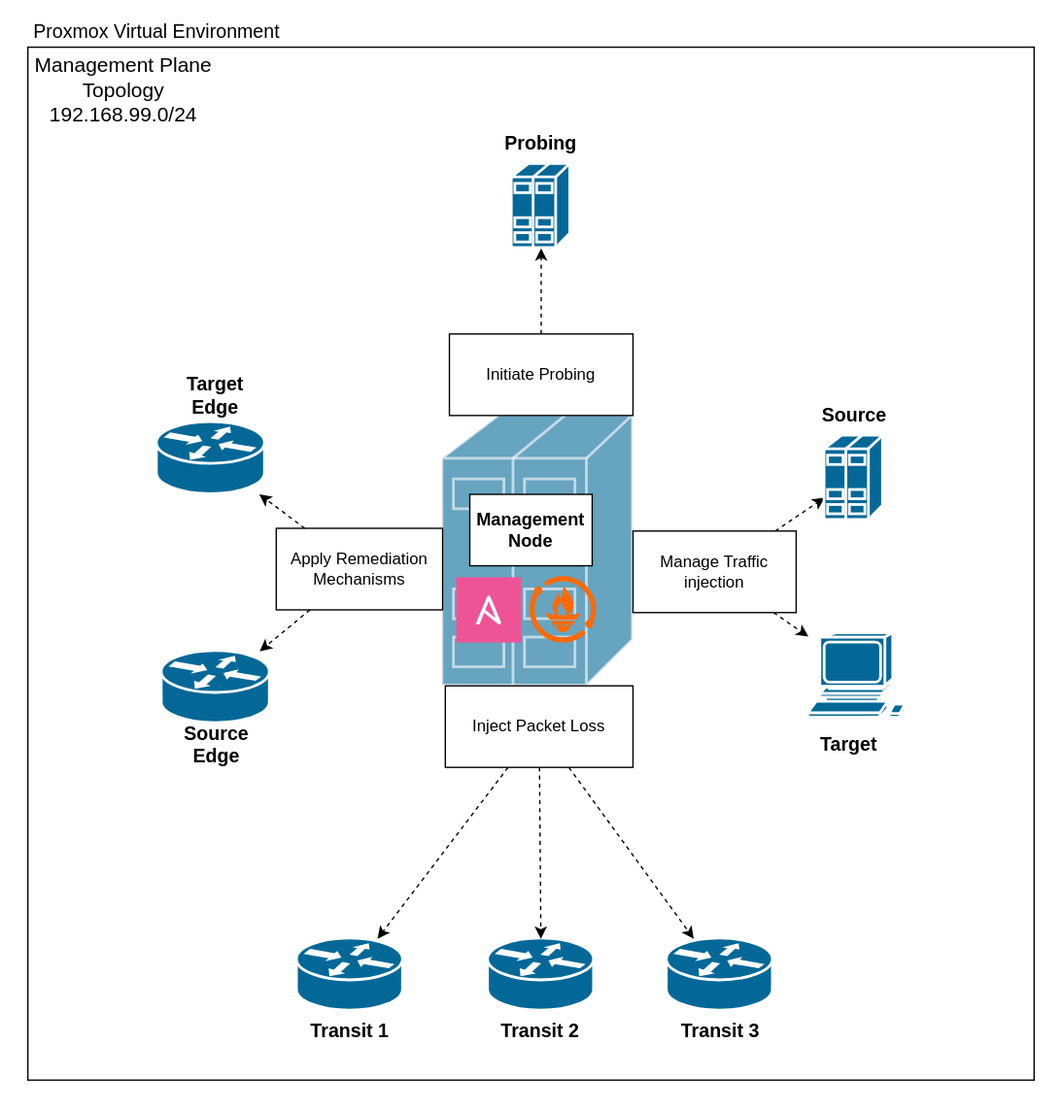
Above: architecture/management_plane.svg in SchneiderValentin/self-healing-network (draw.io), before the change. Source tidied: cells renumbered, new cells last; positions are measured from the earlier drawing's top-left corner, leaving out a move shared by most shapes.
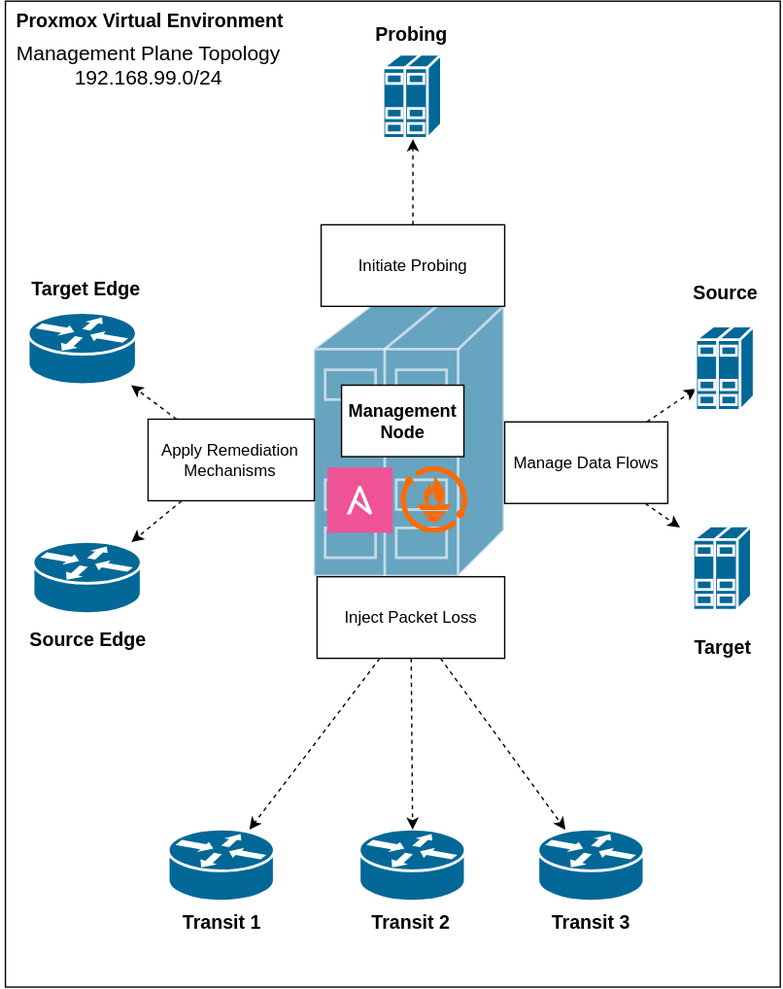
The same file after the commit.

The edit, as a diff of the source:
```diff
@@ -2,56 +2,47 @@
   <root>
     <mxCell id="0" />
     <mxCell id="1" parent="0" />
-    <mxCell id="2" style="rounded=0;whiteSpace=wrap;html=1;opacity=0;" parent="1" vertex="1">
-      <mxGeometry width="780" height="816" as="geometry" />
-    </mxCell>
-    <mxCell id="3" style="strokeColor=#ffffff;sketch=0;html=1;dashed=0;fillColor=#036897;strokeWidth=2;verticalLabelPosition=bottom;verticalAlign=top;align=center;outlineConnect=0;shape=mxgraph.cisco.routers.router;" parent="1" vertex="1">
-      <mxGeometry x="490" y="690" width="78" height="53" as="geometry" />
-    </mxCell>
-    <mxCell id="4" style="strokeColor=#ffffff;sketch=0;html=1;dashed=0;fillColor=#036897;strokeWidth=2;verticalLabelPosition=bottom;verticalAlign=top;align=center;outlineConnect=0;shape=mxgraph.cisco.routers.router;" parent="1" vertex="1">
-      <mxGeometry x="358.5" y="690" width="78" height="53" as="geometry" />
-    </mxCell>
-    <mxCell id="5" style="strokeColor=#ffffff;sketch=0;html=1;dashed=0;fillColor=#036897;strokeWidth=2;verticalLabelPosition=bottom;verticalAlign=top;align=center;outlineConnect=0;shape=mxgraph.cisco.routers.router;" parent="1" vertex="1">
-      <mxGeometry x="218" y="690" width="78" height="53" as="geometry" />
-    </mxCell>
-    <mxCell id="6" style="endArrow=classic;html=1;rounded=0;dashed=1;" parent="1" edge="1" source="19" target="3">
-      <mxGeometry relative="1" as="geometry" />
-    </mxCell>
-    <mxCell id="7" style="endArrow=classic;html=1;rounded=0;dashed=1;" parent="1" edge="1" source="19" target="4">
-      <mxGeometry relative="1" as="geometry" />
-    </mxCell>
-    <mxCell id="8" style="endArrow=classic;html=1;rounded=0;dashed=1;" parent="1" edge="1" source="19" target="5">
-      <mxGeometry relative="1" as="geometry" />
-    </mxCell>
+    <mxCell id="41" style="strokeColor=#ffffff;sketch=0;html=1;dashed=0;fillColor=#036897;strokeWidth=2;verticalLabelPosition=bottom;verticalAlign=top;align=center;outlineConnect=0;shape=mxgraph.cisco.routers.router;" parent="1" vertex="1">
+      <mxGeometry x="490" y="690" width="78" height="53" as="geometry" />
+    </mxCell>
+    <mxCell id="42" style="strokeColor=#ffffff;sketch=0;html=1;dashed=0;fillColor=#036897;strokeWidth=2;verticalLabelPosition=bottom;verticalAlign=top;align=center;outlineConnect=0;shape=mxgraph.cisco.routers.router;" parent="1" vertex="1">
+      <mxGeometry x="358.5" y="690" width="78" height="53" as="geometry" />
+    </mxCell>
+    <mxCell id="43" style="strokeColor=#ffffff;sketch=0;html=1;dashed=0;fillColor=#036897;strokeWidth=2;verticalLabelPosition=bottom;verticalAlign=top;align=center;outlineConnect=0;shape=mxgraph.cisco.routers.router;" parent="1" vertex="1">
+      <mxGeometry x="218" y="690" width="78" height="53" as="geometry" />
+    </mxCell>
+    <mxCell id="44" style="endArrow=classic;html=1;rounded=0;dashed=1;" parent="1" edge="1" source="19" target="41">
+      <mxGeometry relative="1" as="geometry" />
+    </mxCell>
+    <mxCell id="45" style="endArrow=classic;html=1;rounded=0;dashed=1;" parent="1" edge="1" source="19" target="42">
+      <mxGeometry relative="1" as="geometry" />
+    </mxCell>
+    <mxCell id="46" style="endArrow=classic;html=1;rounded=0;dashed=1;" parent="1" edge="1" source="19" target="43">
+      <mxGeometry relative="1" as="geometry" />
+    </mxCell>
     <mxCell id="9" value="Transit 1" style="text;html=1;whiteSpace=wrap;strokeColor=none;fillColor=none;align=center;verticalAlign=middle;rounded=0;fontSize=14;fontStyle=1;" parent="1" vertex="1">
       <mxGeometry x="222" y="743" width="70" height="30" as="geometry" />
     </mxCell>
     <mxCell id="10" value="Transit 3" style="text;html=1;whiteSpace=wrap;strokeColor=none;fillColor=none;align=center;verticalAlign=middle;rounded=0;fontSize=14;fontStyle=1;" parent="1" vertex="1">
       <mxGeometry x="496.8" y="743" width="64.5" height="30" as="geometry" />
     </mxCell>
-    <mxCell id="11" value="&lt;font style=&quot;font-size: 14px;&quot;&gt;Proxmox Virtual Environment&lt;/font&gt;" style="text;html=1;whiteSpace=wrap;strokeColor=none;fillColor=none;align=center;verticalAlign=middle;rounded=0;" parent="1" vertex="1">
-      <mxGeometry x="20" y="8" width="190" height="30" as="geometry" />
-    </mxCell>
-    <mxCell id="12" value="&lt;div&gt;&lt;font style=&quot;font-size: 15px;&quot;&gt;&lt;span&gt;Management Plane Topology&lt;/span&gt;&lt;/font&gt;&lt;/div&gt;&lt;div&gt;&lt;font style=&quot;font-size: 15px;&quot;&gt;&lt;span&gt;192.168.99.0/24&lt;/span&gt;&lt;/font&gt;&lt;/div&gt;" style="text;html=1;whiteSpace=wrap;strokeColor=none;fillColor=none;align=center;verticalAlign=middle;rounded=0;fontSize=14;" parent="1" vertex="1">
-      <mxGeometry x="15" y="50" width="151" height="30" as="geometry" />
-    </mxCell>
-    <mxCell id="13" style="rounded=0;whiteSpace=wrap;html=1;fillColor=none;" parent="1" vertex="1">
-      <mxGeometry x="20" y="34" width="740" height="760" as="geometry" />
-    </mxCell>
-    <mxCell id="14" style="strokeColor=#ffffff;sketch=0;html=1;dashed=0;fillColor=#036897;strokeWidth=2;verticalLabelPosition=bottom;verticalAlign=top;align=center;shape=mxgraph.cisco.servers.standard_host;labelBackgroundColor=none;opacity=60;" parent="1" vertex="1">
-      <mxGeometry x="325" y="305" width="140" height="198.9" as="geometry" />
-    </mxCell>
-    <mxCell id="15" style="shape=rect;fillColor=#EE5396;labelPosition=center;verticalLabelPosition=bottom;align=center;verticalAlign=top;strokeColor=none;fontSize=14;fontStyle=1;" parent="1" vertex="1">
-      <mxGeometry x="335" y="424" width="48" height="48" as="geometry" />
-    </mxCell>
-    <mxCell id="16" style="fillColor=#ffffff;strokeColor=none;dashed=0;html=1;labelPosition=center;verticalLabelPosition=bottom;verticalAlign=top;shape=mxgraph.ibm_cloud.logo--ansible-community;" parent="15" vertex="1">
-      <mxGeometry width="24" height="24" relative="1" as="geometry">
-        <mxPoint x="12" y="12" as="offset" />
-      </mxGeometry>
-    </mxCell>
-    <mxCell id="17" style="html=1;align=center;shadow=0;dashed=0;fillColor=#FF6A00;strokeColor=none;shape=mxgraph.alibaba_cloud.prometheus;" parent="1" vertex="1">
-      <mxGeometry x="389" y="423.1" width="48.9" height="48.9" as="geometry" />
-    </mxCell>
+    <mxCell id="47" style="rounded=0;whiteSpace=wrap;html=1;fillColor=none;" parent="1" vertex="1">
+      <mxGeometry x="97.8" y="80.5" width="570" height="725.2" as="geometry" />
+    </mxCell>
+    <mxCell id="48" style="strokeColor=#ffffff;sketch=0;html=1;dashed=0;fillColor=#036897;strokeWidth=2;verticalLabelPosition=bottom;verticalAlign=top;align=center;shape=mxgraph.cisco.servers.standard_host;labelBackgroundColor=none;opacity=60;" parent="1" vertex="1">
+      <mxGeometry x="325" y="305" width="140" height="198.9" as="geometry" />
+    </mxCell>
+    <mxCell id="49" style="shape=rect;fillColor=#EE5396;labelPosition=center;verticalLabelPosition=bottom;align=center;verticalAlign=top;strokeColor=none;fontSize=14;fontStyle=1;" parent="1" vertex="1">
+      <mxGeometry x="335" y="424" width="48" height="48" as="geometry" />
+    </mxCell>
+    <mxCell id="50" style="fillColor=#ffffff;strokeColor=none;dashed=0;html=1;labelPosition=center;verticalLabelPosition=bottom;verticalAlign=top;shape=mxgraph.ibm_cloud.logo--ansible-community;" parent="49" vertex="1">
+      <mxGeometry width="24" height="24" relative="1" as="geometry">
+        <mxPoint x="12" y="12" as="offset" />
+      </mxGeometry>
+    </mxCell>
+    <mxCell id="51" style="html=1;align=center;shadow=0;dashed=0;fillColor=#FF6A00;strokeColor=none;shape=mxgraph.alibaba_cloud.prometheus;" parent="1" vertex="1">
+      <mxGeometry x="389" y="423.1" width="48.9" height="48.9" as="geometry" />
+    </mxCell>
     <mxCell id="18" value="Transit 2" style="text;html=1;whiteSpace=wrap;strokeColor=none;fillColor=none;align=center;verticalAlign=middle;rounded=0;fontSize=14;fontStyle=1;" parent="1" vertex="1">
       <mxGeometry x="361.8" y="743" width="70" height="30" as="geometry" />
     </mxCell>
@@ -61,65 +52,67 @@
     <mxCell id="20" value="Initiate Probing" style="rounded=0;whiteSpace=wrap;html=1;" parent="1" vertex="1">
       <mxGeometry x="330" y="245" width="135" height="60" as="geometry" />
     </mxCell>
-    <mxCell id="21" style="strokeColor=#ffffff;sketch=0;html=1;dashed=0;fillColor=#036897;strokeWidth=2;verticalLabelPosition=bottom;verticalAlign=top;align=center;outlineConnect=0;shape=mxgraph.cisco.servers.standard_host;" parent="1" vertex="1">
-      <mxGeometry x="376" y="120" width="43" height="62" as="geometry" />
-    </mxCell>
-    <mxCell id="22" style="endArrow=classic;html=1;rounded=0;dashed=1;" parent="1" edge="1" source="20" target="21">
-      <mxGeometry relative="1" as="geometry" />
-    </mxCell>
+    <mxCell id="52" style="strokeColor=#ffffff;sketch=0;html=1;dashed=0;fillColor=#036897;strokeWidth=2;verticalLabelPosition=bottom;verticalAlign=top;align=center;outlineConnect=0;shape=mxgraph.cisco.servers.standard_host;" parent="1" vertex="1">
+      <mxGeometry x="376" y="120" width="43" height="62" as="geometry" />
+    </mxCell>
+    <mxCell id="53" style="endArrow=classic;html=1;rounded=0;dashed=1;" parent="1" edge="1" source="20" target="52">
+      <mxGeometry relative="1" as="geometry" />
+    </mxCell>
     <mxCell id="23" value="Probing" style="text;html=1;whiteSpace=wrap;strokeColor=none;fillColor=none;align=center;verticalAlign=middle;rounded=0;fontSize=14;fontStyle=1;" parent="1" vertex="1">
       <mxGeometry x="343.5" y="90" width="106.5" height="30" as="geometry" />
     </mxCell>
     <mxCell id="24" value="&lt;font style=&quot;font-size: 13px;&quot;&gt;&lt;b&gt;Management Node&lt;/b&gt;&lt;/font&gt;" style="rounded=0;whiteSpace=wrap;html=1;" parent="1" vertex="1">
       <mxGeometry x="345" y="363" width="90" height="52.5" as="geometry" />
     </mxCell>
-    <mxCell id="25" style="fillColor=#ffffff;strokeColor=none;dashed=0;html=1;labelPosition=center;verticalLabelPosition=bottom;verticalAlign=top;shape=mxgraph.ibm_cloud.logo--ansible-community;fontColor=default;" parent="1" vertex="1">
-      <mxGeometry x="202" y="172" width="24" height="24" as="geometry" />
-    </mxCell>
-    <mxCell id="26" style="fillColor=#ffffff;strokeColor=none;dashed=0;html=1;labelPosition=center;verticalLabelPosition=bottom;verticalAlign=top;shape=mxgraph.ibm_cloud.logo--ansible-community;fontColor=default;" parent="1" vertex="1">
-      <mxGeometry x="261" y="155" width="24" height="24" as="geometry" />
-    </mxCell>
-    <mxCell id="27" style="strokeColor=#ffffff;sketch=0;html=1;dashed=0;fillColor=#036897;strokeWidth=2;verticalLabelPosition=bottom;verticalAlign=top;align=center;outlineConnect=0;shape=mxgraph.cisco.routers.router;" parent="1" vertex="1">
-      <mxGeometry x="115" y="310" width="79.5" height="53" as="geometry" />
-    </mxCell>
-    <mxCell id="28" style="endArrow=classic;html=1;rounded=0;dashed=1;" parent="1" edge="1" source="32" target="27">
-      <mxGeometry relative="1" as="geometry" />
-    </mxCell>
+    <mxCell id="54" style="strokeColor=#ffffff;sketch=0;html=1;dashed=0;fillColor=#036897;strokeWidth=2;verticalLabelPosition=bottom;verticalAlign=top;align=center;outlineConnect=0;shape=mxgraph.cisco.routers.router;" parent="1" vertex="1">
+      <mxGeometry x="115" y="310" width="79.5" height="53" as="geometry" />
+    </mxCell>
+    <mxCell id="55" style="endArrow=classic;html=1;rounded=0;dashed=1;" parent="1" edge="1" source="32" target="54">
+      <mxGeometry relative="1" as="geometry" />
+    </mxCell>
     <mxCell id="29" value="Target Edge" style="text;html=1;whiteSpace=wrap;strokeColor=none;fillColor=none;align=center;verticalAlign=middle;rounded=0;fontSize=14;fontStyle=1;" parent="1" vertex="1">
-      <mxGeometry x="123.2" y="275" width="70.3" height="30" as="geometry" />
+      <mxGeometry x="93.8" y="265.5" width="128.2" height="54.5" as="geometry" />
     </mxCell>
-    <mxCell id="30" style="strokeColor=#ffffff;sketch=0;html=1;dashed=0;fillColor=#036897;strokeWidth=2;verticalLabelPosition=bottom;verticalAlign=top;align=center;outlineConnect=0;shape=mxgraph.cisco.routers.router;" parent="1" vertex="1">
-      <mxGeometry x="118.6" y="478.5" width="79.5" height="53" as="geometry" />
-    </mxCell>
+    <mxCell id="56" style="strokeColor=#ffffff;sketch=0;html=1;dashed=0;fillColor=#036897;strokeWidth=2;verticalLabelPosition=bottom;verticalAlign=top;align=center;outlineConnect=0;shape=mxgraph.cisco.routers.router;" parent="1" vertex="1">
+      <mxGeometry x="118.6" y="478.5" width="79.5" height="53" as="geometry" />
+    </mxCell>
     <mxCell id="31" value="Source Edge" style="text;html=1;whiteSpace=wrap;strokeColor=none;fillColor=none;align=center;verticalAlign=middle;rounded=0;fontSize=14;fontStyle=1;" parent="1" vertex="1">
-      <mxGeometry x="124.2" y="531.5" width="70.3" height="30" as="geometry" />
+      <mxGeometry x="107" y="525.5" width="102.8" height="49" as="geometry" />
     </mxCell>
     <mxCell id="32" value="Apply Remediation Mechanisms" style="rounded=0;whiteSpace=wrap;html=1;" parent="1" vertex="1">
       <mxGeometry x="202.7" y="388" width="122.3" height="60" as="geometry" />
     </mxCell>
-    <mxCell id="33" style="endArrow=classic;html=1;rounded=0;dashed=1;" parent="1" edge="1" source="32" target="30">
-      <mxGeometry relative="1" as="geometry" />
-    </mxCell>
-    <mxCell id="34" style="endArrow=classic;html=1;rounded=0;dashed=1;" parent="1" edge="1" source="39" target="38">
-      <mxGeometry relative="1" as="geometry" />
-    </mxCell>
+    <mxCell id="57" style="endArrow=classic;html=1;rounded=0;dashed=1;" parent="1" edge="1" source="32" target="56">
+      <mxGeometry relative="1" as="geometry" />
+    </mxCell>
+    <mxCell id="58" style="endArrow=classic;html=1;rounded=0;dashed=1;" parent="1" edge="1" source="60" target="59">
+      <mxGeometry relative="1" as="geometry" />
+    </mxCell>
     <mxCell id="35" value="Source" style="text;html=1;whiteSpace=wrap;strokeColor=none;fillColor=none;align=center;verticalAlign=middle;rounded=0;fontSize=14;fontStyle=1;" parent="1" vertex="1">
-      <mxGeometry x="597.5" y="290" width="60" height="30" as="geometry" />
+      <mxGeometry x="587.3" y="270.5" width="80.5" height="49.5" as="geometry" />
     </mxCell>
     <mxCell id="36" value="Target" style="text;html=1;whiteSpace=wrap;strokeColor=none;fillColor=none;align=center;verticalAlign=middle;rounded=0;fontSize=14;fontStyle=1;" parent="1" vertex="1">
-      <mxGeometry x="594" y="531.5" width="60" height="30" as="geometry" />
+      <mxGeometry x="582" y="531.5" width="87" height="49" as="geometry" />
     </mxCell>
-    <mxCell id="37" style="sketch=0;html=1;dashed=0;fillColor=#036897;strokeColor=#ffffff;strokeWidth=2;verticalLabelPosition=bottom;verticalAlign=top;align=center;outlineConnect=0;shape=mxgraph.cisco.computers_and_peripherals.workstation;" parent="1" vertex="1">
-      <mxGeometry x="594" y="465.4" width="83" height="62" as="geometry" />
-    </mxCell>
-    <mxCell id="38" style="strokeColor=#ffffff;sketch=0;html=1;dashed=0;fillColor=#036897;strokeWidth=2;verticalLabelPosition=bottom;verticalAlign=top;align=center;outlineConnect=0;shape=mxgraph.cisco.servers.standard_host;" parent="1" vertex="1">
-      <mxGeometry x="606" y="320" width="43" height="62" as="geometry" />
-    </mxCell>
-    <mxCell id="39" value="Manage Traffic injection" style="rounded=0;whiteSpace=wrap;html=1;" parent="1" vertex="1">
-      <mxGeometry x="465" y="390" width="120" height="60" as="geometry" />
-    </mxCell>
-    <mxCell id="40" style="endArrow=classic;html=1;rounded=0;dashed=1;" parent="1" edge="1" source="39" target="37">
-      <mxGeometry relative="1" as="geometry" />
-    </mxCell>
+    <mxCell id="59" style="strokeColor=#ffffff;sketch=0;html=1;dashed=0;fillColor=#036897;strokeWidth=2;verticalLabelPosition=bottom;verticalAlign=top;align=center;outlineConnect=0;shape=mxgraph.cisco.servers.standard_host;" parent="1" vertex="1">
+      <mxGeometry x="606" y="320" width="43" height="62" as="geometry" />
+    </mxCell>
+    <mxCell id="60" value="Manage Data Flows" style="rounded=0;whiteSpace=wrap;html=1;" parent="1" vertex="1">
+      <mxGeometry x="465" y="390" width="120" height="60" as="geometry" />
+    </mxCell>
+    <mxCell id="61" style="endArrow=classic;html=1;rounded=0;dashed=1;" parent="1" edge="1" source="60">
+      <mxGeometry relative="1" as="geometry">
+        <mxPoint x="594" y="467.7" as="targetPoint" />
+      </mxGeometry>
+    </mxCell>
+    <mxCell id="62" style="strokeColor=#ffffff;sketch=0;html=1;dashed=0;fillColor=#036897;strokeWidth=2;verticalLabelPosition=bottom;verticalAlign=top;align=center;shape=mxgraph.cisco.servers.standard_host;" parent="1" vertex="1">
+      <mxGeometry x="604" y="467" width="43" height="62" as="geometry" />
+    </mxCell>
+    <mxCell id="11" value="&lt;b&gt;Proxmox Virtual Environment&lt;/b&gt;" style="text;html=1;whiteSpace=wrap;strokeColor=none;fillColor=none;align=center;verticalAlign=middle;rounded=0;fontSize=14;" parent="1" vertex="1">
+      <mxGeometry x="94" y="80" width="220" height="30" as="geometry" />
+    </mxCell>
+    <mxCell id="12" value="&lt;div&gt;&lt;font style=&quot;font-size: 15px;&quot;&gt;&lt;span&gt;Management Plane Topology&lt;/span&gt;&lt;/font&gt;&lt;/div&gt;&lt;div&gt;&lt;font style=&quot;font-size: 15px;&quot;&gt;&lt;span&gt;192.168.99.0/24&lt;/span&gt;&lt;/font&gt;&lt;/div&gt;" style="text;html=1;whiteSpace=wrap;strokeColor=none;fillColor=none;align=center;verticalAlign=middle;rounded=0;fontSize=14;" parent="1" vertex="1">
+      <mxGeometry x="94.8" y="112" width="215.5" height="30" as="geometry" />
+    </mxCell>
   </root>
 </mxGraphModel>
```
